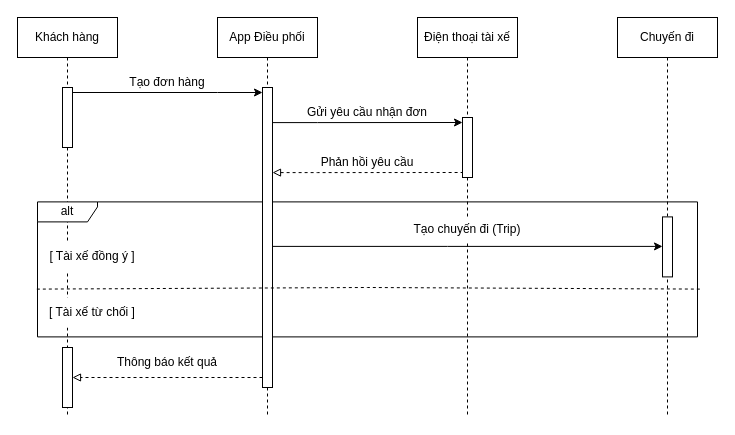
Yuk1n3IzHav/B25DTCN324_IT105_session_10_bai_3 keeps this draw.io diagram as B03.drawio. Above is the earlier version. Source tidied: cells renumbered, new cells numbered last; positions are measured from the earlier drawing's top-left corner, leaving out a move shared by most shapes. Both pictures are drawn from the tidied source at 100%, with x=0, y=0 at pixel (17, 17).
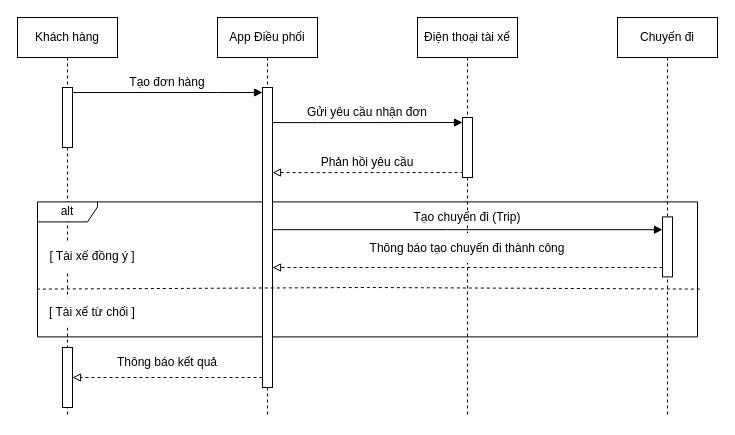
The same diagram, later.

The change refers to these unchanged cells:
```xml
<mxCell id="3" style="html=1;points=[[0,0,0,0,5],[0,1,0,0,-5],[1,0,0,0,5],[1,1,0,0,-5]];perimeter=orthogonalPerimeter;outlineConnect=0;targetShapes=umlLifeline;portConstraint=eastwest;newEdgeStyle={&quot;curved&quot;:0,&quot;rounded&quot;:0};" parent="2" vertex="1">
  <mxGeometry x="45" y="70" width="10" height="60" as="geometry" />
</mxCell>
<mxCell id="7" style="html=1;points=[[0,0,0,0,5],[0,1,0,0,-5],[1,0,0,0,5],[1,1,0,0,-5]];perimeter=orthogonalPerimeter;outlineConnect=0;targetShapes=umlLifeline;portConstraint=eastwest;newEdgeStyle={&quot;curved&quot;:0,&quot;rounded&quot;:0};" parent="6" vertex="1">
  <mxGeometry x="45" y="199.4" width="10" height="60" as="geometry" />
</mxCell>
<mxCell id="8" value="Điện thoại tài xế" style="shape=umlLifeline;perimeter=lifelinePerimeter;whiteSpace=wrap;html=1;newEdgeStyle={&quot;curved&quot;:0,&quot;rounded&quot;:0};" parent="1" vertex="1">
  <mxGeometry x="400" width="100" height="400" as="geometry" />
</mxCell>
<mxCell id="9" style="html=1;points=[[0,0,0,0,5],[0,1,0,0,-5],[1,0,0,0,5],[1,1,0,0,-5]];perimeter=orthogonalPerimeter;outlineConnect=0;targetShapes=umlLifeline;portConstraint=eastwest;newEdgeStyle={&quot;curved&quot;:0,&quot;rounded&quot;:0};" parent="8" vertex="1">
  <mxGeometry x="45" y="100" width="10" height="60" as="geometry" />
</mxCell>
<mxCell id="13" style="html=1;points=[[0,0,0,0,5],[0,1,0,0,-5],[1,0,0,0,5],[1,1,0,0,-5]];perimeter=orthogonalPerimeter;outlineConnect=0;targetShapes=umlLifeline;portConstraint=eastwest;newEdgeStyle={&quot;curved&quot;:0,&quot;rounded&quot;:0};" parent="12" vertex="1">
  <mxGeometry x="45" y="70" width="10" height="300" as="geometry" />
</mxCell>
```

The edit, as a diff of the source:
```diff
@@
-    <mxCell id="10" style="edgeStyle=orthogonalEdgeStyle;rounded=0;jettySize=auto;html=1;curved=0;entryX=0;entryY=0;entryDx=0;entryDy=5;entryPerimeter=0;" parent="8" edge="1" target="9">
-      <mxGeometry relative="1" as="geometry">
-        <mxPoint x="-145" y="105.1" as="sourcePoint" />
-        <Array as="points">
-          <mxPoint x="-100" y="105" />
-          <mxPoint x="-100" y="105" />
-        </Array>
-      </mxGeometry>
-    </mxCell>
-    <mxCell id="11" style="edgeStyle=orthogonalEdgeStyle;rounded=0;jettySize=auto;html=1;curved=0;entryX=0;entryY=1;entryDx=0;entryDy=-5;entryPerimeter=0;startArrow=block;startFill=0;endArrow=none;endFill=0;dashed=1;" parent="8" edge="1" target="9">
-      <mxGeometry relative="1" as="geometry">
-        <mxPoint x="-145" y="155.1" as="sourcePoint" />
-        <Array as="points">
-          <mxPoint x="-100" y="155" />
-          <mxPoint x="-100" y="155" />
-        </Array>
-      </mxGeometry>
-    </mxCell>
+    <mxCell id="25" style="edgeStyle=orthogonalEdgeStyle;rounded=0;jettySize=auto;html=1;curved=0;entryX=0;entryY=0;entryDx=0;entryDy=5;entryPerimeter=0;endArrow=block;endFill=1;" parent="8" edge="1" target="9">
+      <mxGeometry relative="1" as="geometry">
+        <mxPoint x="-145" y="105.1" as="sourcePoint" />
+        <Array as="points">
+          <mxPoint x="-100" y="105" />
+          <mxPoint x="-100" y="105" />
+        </Array>
+      </mxGeometry>
+    </mxCell>
+    <mxCell id="26" style="edgeStyle=orthogonalEdgeStyle;rounded=0;jettySize=auto;html=1;curved=0;entryX=0;entryY=1;entryDx=0;entryDy=-5;entryPerimeter=0;startArrow=block;startFill=0;endArrow=none;endFill=0;dashed=1;" parent="8" edge="1" target="9">
+      <mxGeometry relative="1" as="geometry">
+        <mxPoint x="-145" y="155.1" as="sourcePoint" />
+        <Array as="points">
+          <mxPoint x="-100" y="155" />
+          <mxPoint x="-100" y="155" />
+        </Array>
+      </mxGeometry>
+    </mxCell>
@@
-    <mxCell id="14" style="edgeStyle=orthogonalEdgeStyle;rounded=0;orthogonalLoop=1;jettySize=auto;html=1;curved=0;" parent="1" edge="1">
-      <mxGeometry relative="1" as="geometry">
-        <mxPoint x="255" y="228.9" as="sourcePoint" />
-        <mxPoint x="645" y="228.9" as="targetPoint" />
-        <Array as="points">
-          <mxPoint x="430" y="228.9" />
-          <mxPoint x="430" y="228.9" />
-        </Array>
-      </mxGeometry>
-    </mxCell>
+    <mxCell id="27" style="edgeStyle=orthogonalEdgeStyle;rounded=0;orthogonalLoop=1;jettySize=auto;html=1;curved=0;endArrow=block;endFill=1;" parent="1" edge="1">
+      <mxGeometry relative="1" as="geometry">
+        <mxPoint x="255" y="212.2" as="sourcePoint" />
+        <mxPoint x="645" y="212.2" as="targetPoint" />
+        <Array as="points">
+          <mxPoint x="430" y="212.2" />
+          <mxPoint x="430" y="212.2" />
+        </Array>
+      </mxGeometry>
+    </mxCell>
@@
     <mxCell id="16" value="Tạo chuyến đi (Trip)" style="text;html=1;whiteSpace=wrap;strokeColor=none;fillColor=default;align=center;verticalAlign=middle;rounded=0;" parent="1" vertex="1">
-      <mxGeometry x="390" y="200" width="120" height="24.4" as="geometry" />
+      <mxGeometry x="390" y="193.9" width="120" height="12.2" as="geometry" />
     </mxCell>
-    <mxCell id="17" style="edgeStyle=orthogonalEdgeStyle;rounded=0;jettySize=auto;html=1;curved=0;entryX=0;entryY=0;entryDx=0;entryDy=5;entryPerimeter=0;" parent="1" edge="1" source="3" target="13">
+    <mxCell id="17" style="edgeStyle=orthogonalEdgeStyle;rounded=0;jettySize=auto;html=1;curved=0;entryX=0;entryY=0;entryDx=0;entryDy=5;entryPerimeter=0;endArrow=block;endFill=1;" parent="1" edge="1" source="3" target="13">
       <mxGeometry relative="1" as="geometry">
         <Array as="points">
           <mxPoint x="200" y="75" />
           <mxPoint x="200" y="75" />
         </Array>
       </mxGeometry>
     </mxCell>
@@
+    <mxCell id="28" style="edgeStyle=orthogonalEdgeStyle;rounded=0;jettySize=auto;html=1;curved=0;dashed=1;endArrow=block;endFill=0;" parent="1" edge="1" source="7" target="13">
+      <mxGeometry relative="1" as="geometry">
+        <Array as="points">
+          <mxPoint x="450" y="250" />
+          <mxPoint x="450" y="250" />
+        </Array>
+      </mxGeometry>
+    </mxCell>
+    <mxCell id="29" value="Thông báo tạo chuyến đi thành công" style="text;html=1;whiteSpace=wrap;strokeColor=none;fillColor=default;align=center;verticalAlign=middle;rounded=0;" parent="1" vertex="1">
+      <mxGeometry x="350" y="215.5" width="200" height="30" as="geometry" />
+    </mxCell>
```
